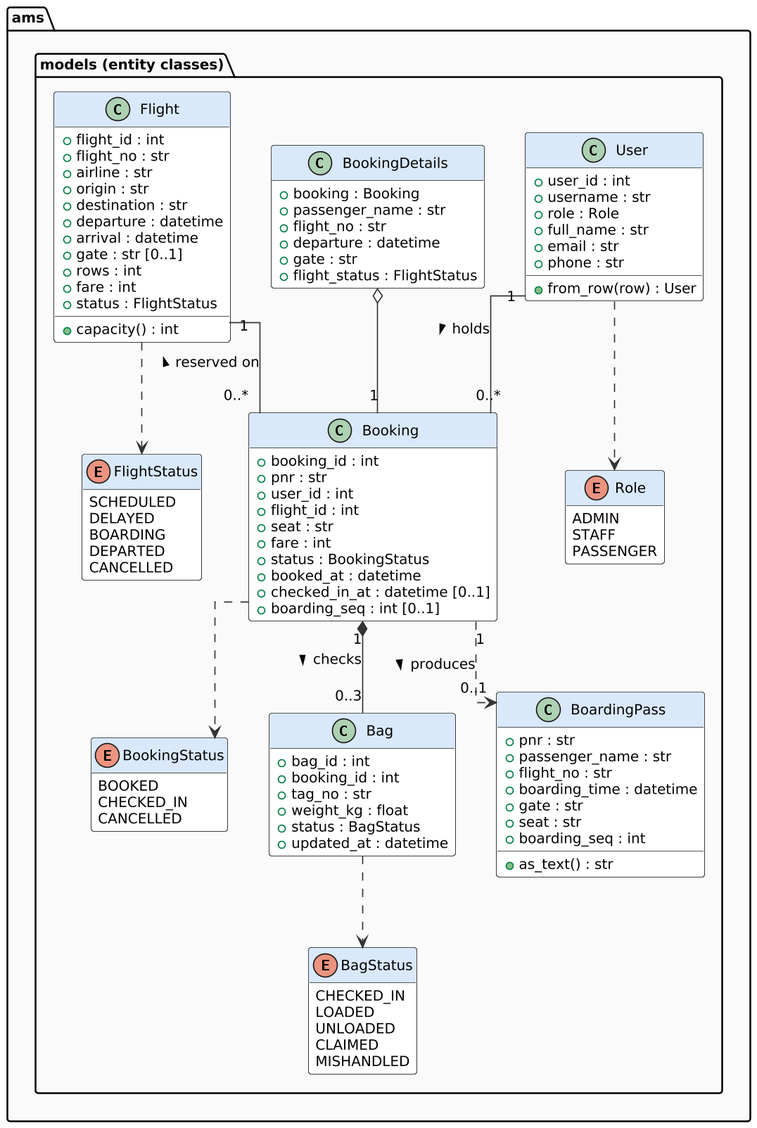
Before: docs/uml/class_domain.png, a diagram exported from PlantUML (praksingh-2702/AirportMS). The source it was exported from:
```plantuml
@startuml
!include _style.iuml
hide empty members
skinparam linetype ortho
package "ams.models (entity classes)" {
  enum Role {
    ADMIN
    STAFF
    PASSENGER
  }
  enum FlightStatus {
    SCHEDULED
    DELAYED
    BOARDING
    DEPARTED
    CANCELLED
  }
  enum BookingStatus {
    BOOKED
    CHECKED_IN
    CANCELLED
  }
  enum BagStatus {
    CHECKED_IN
    LOADED
    UNLOADED
    CLAIMED
    MISHANDLED
  }
  class User {
    +user_id : int
    +username : str
    +role : Role
    +full_name : str
    +email : str
    +phone : str
    +from_row(row) : User
  }
  class Flight {
    +flight_id : int
    +flight_no : str
    +airline : str
    +origin : str
    +destination : str
    +departure : datetime
    +arrival : datetime
    +gate : str [0..1]
    +rows : int
    +fare : int
    +status : FlightStatus
    +capacity() : int
  }
  class Booking {
    +booking_id : int
    +pnr : str
    +user_id : int
    +flight_id : int
    +seat : str
    +fare : int
    +status : BookingStatus
    +booked_at : datetime
    +checked_in_at : datetime [0..1]
    +boarding_seq : int [0..1]
  }
  class Bag {
    +bag_id : int
    +booking_id : int
    +tag_no : str
    +weight_kg : float
    +status : BagStatus
    +updated_at : datetime
  }
  class BookingDetails {
    +booking : Booking
    +passenger_name : str
    +flight_no : str
    +departure : datetime
    +gate : str
    +flight_status : FlightStatus
  }
  class BoardingPass {
    +pnr : str
    +passenger_name : str
    +flight_no : str
    +boarding_time : datetime
    +gate : str
    +seat : str
    +boarding_seq : int
    +as_text() : str
  }
}
User "1" -- "0..*" Booking : holds >
Flight "1" -- "0..*" Booking : reserved on <
Booking "1" *-- "0..3" Bag : checks >
BookingDetails o-- "1" Booking
Booking "1" ..> "0..1" BoardingPass : produces >
User ..> Role
Flight ..> FlightStatus
Booking ..> BookingStatus
Bag ..> BagStatus
@enduml
```
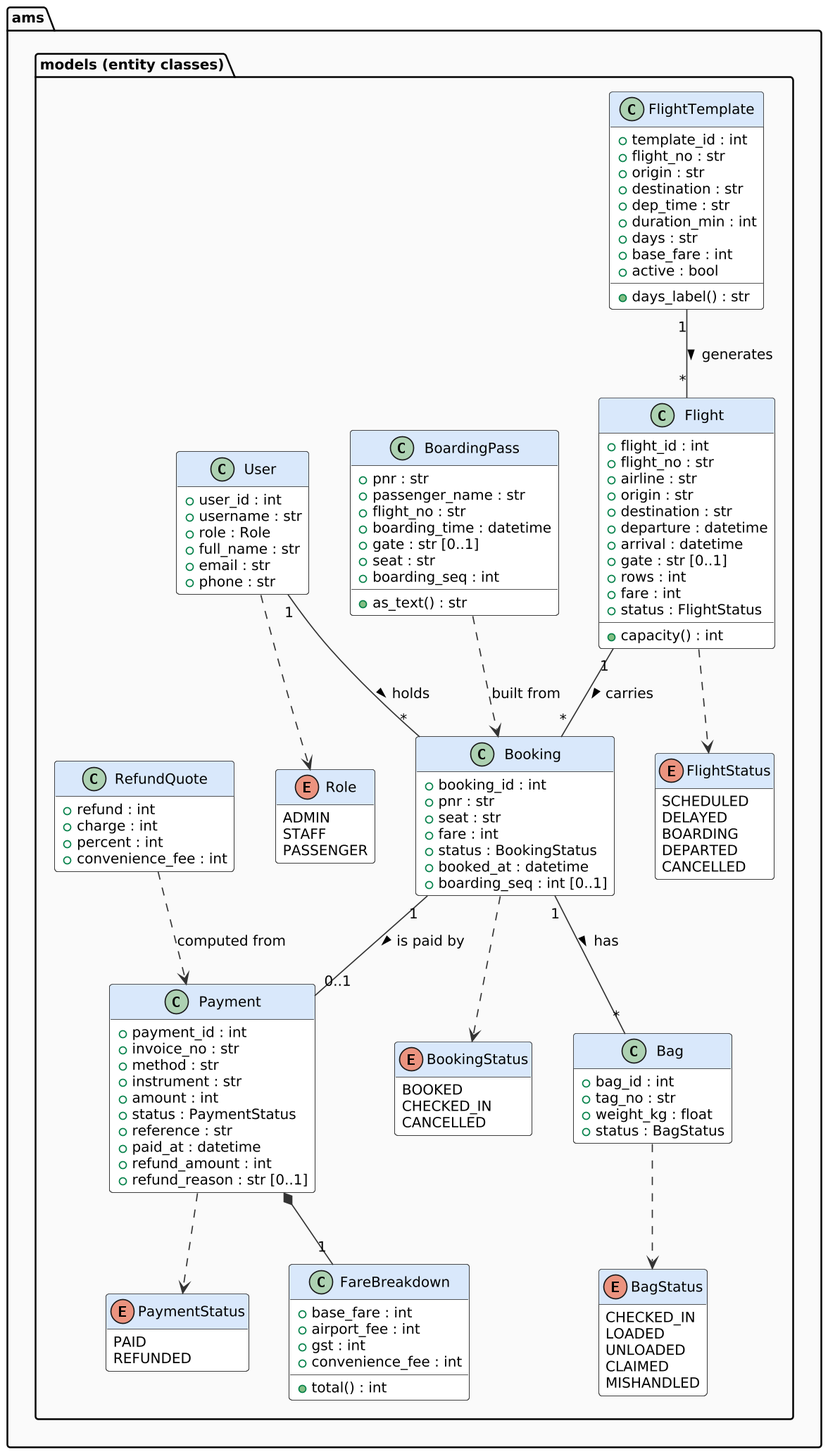
After the change.

What changed in the source:
```diff
@@ -1,7 +1,6 @@
 @startuml
 !include _style.iuml
 hide empty members
-skinparam linetype ortho
 package "ams.models (entity classes)" {
   enum Role {
     ADMIN
@@ -27,6 +26,10 @@
     CLAIMED
     MISHANDLED
   }
+  enum PaymentStatus {
+    PAID
+    REFUNDED
+  }
   class User {
     +user_id : int
     +username : str
@@ -34,7 +37,6 @@
     +full_name : str
     +email : str
     +phone : str
-    +from_row(row) : User
   }
   class Flight {
     +flight_id : int
@@ -50,52 +52,80 @@
     +status : FlightStatus
     +capacity() : int
   }
+  class FlightTemplate {
+    +template_id : int
+    +flight_no : str
+    +origin : str
+    +destination : str
+    +dep_time : str
+    +duration_min : int
+    +days : str
+    +base_fare : int
+    +active : bool
+    +days_label() : str
+  }
   class Booking {
     +booking_id : int
     +pnr : str
-    +user_id : int
-    +flight_id : int
     +seat : str
     +fare : int
     +status : BookingStatus
     +booked_at : datetime
-    +checked_in_at : datetime [0..1]
     +boarding_seq : int [0..1]
   }
   class Bag {
     +bag_id : int
-    +booking_id : int
     +tag_no : str
     +weight_kg : float
     +status : BagStatus
-    +updated_at : datetime
-  }
-  class BookingDetails {
-    +booking : Booking
-    +passenger_name : str
-    +flight_no : str
-    +departure : datetime
-    +gate : str
-    +flight_status : FlightStatus
   }
   class BoardingPass {
     +pnr : str
     +passenger_name : str
     +flight_no : str
     +boarding_time : datetime
-    +gate : str
+    +gate : str [0..1]
     +seat : str
     +boarding_seq : int
     +as_text() : str
   }
+  class Payment {
+    +payment_id : int
+    +invoice_no : str
+    +method : str
+    +instrument : str
+    +amount : int
+    +status : PaymentStatus
+    +reference : str
+    +paid_at : datetime
+    +refund_amount : int
+    +refund_reason : str [0..1]
+  }
+  class FareBreakdown {
+    +base_fare : int
+    +airport_fee : int
+    +gst : int
+    +convenience_fee : int
+    +total() : int
+  }
+  class RefundQuote {
+    +refund : int
+    +charge : int
+    +percent : int
+    +convenience_fee : int
+  }
 }
-User "1" -- "0..*" Booking : holds >
-Flight "1" -- "0..*" Booking : reserved on <
-Booking "1" *-- "0..3" Bag : checks >
-BookingDetails o-- "1" Booking
-Booking "1" ..> "0..1" BoardingPass : produces >
+User "1" -- "*" Booking : holds >
+Flight "1" -- "*" Booking : carries >
+Booking "1" -- "*" Bag : has >
+Booking "1" -- "0..1" Payment : is paid by >
+Payment *-- "1" FareBreakdown
+FlightTemplate "1" -- "*" Flight : generates >
+BoardingPass ..> Booking : built from
+RefundQuote ..> Payment : computed from
 User ..> Role
 Flight ..> FlightStatus
 Booking ..> BookingStatus
 Bag ..> BagStatus
+Payment ..> PaymentStatus
 @enduml
```
